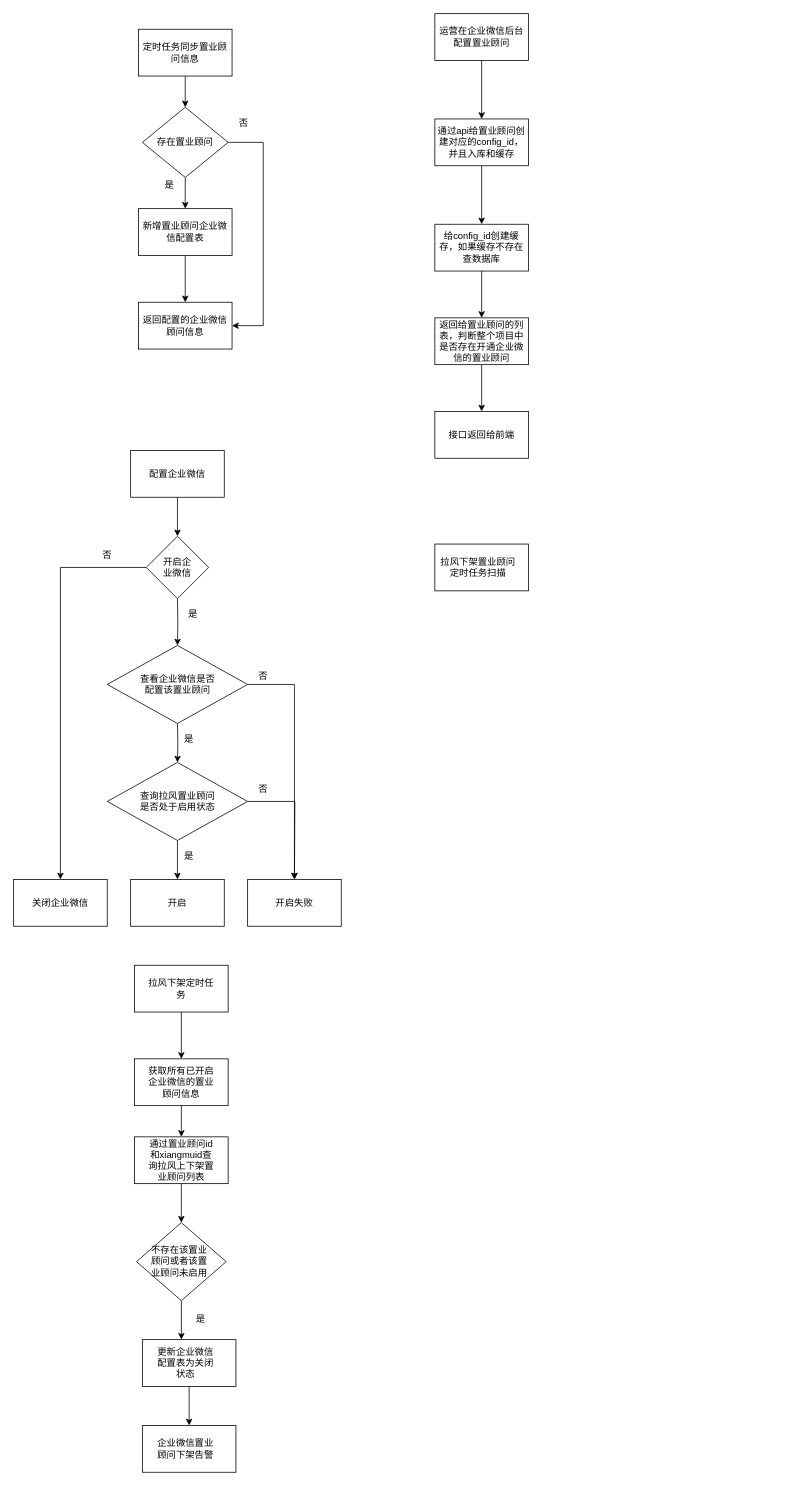
chrispolo/-Offer- keeps this draw.io diagram as wecom.drawio. Above is the earlier version. Source tidied: cells renumbered, new cells numbered last; positions are measured from the earlier drawing's top-left corner, leaving out a move shared by most shapes. Both pictures are drawn from the tidied source at 78%, with x=0, y=0 at pixel (13, 13).
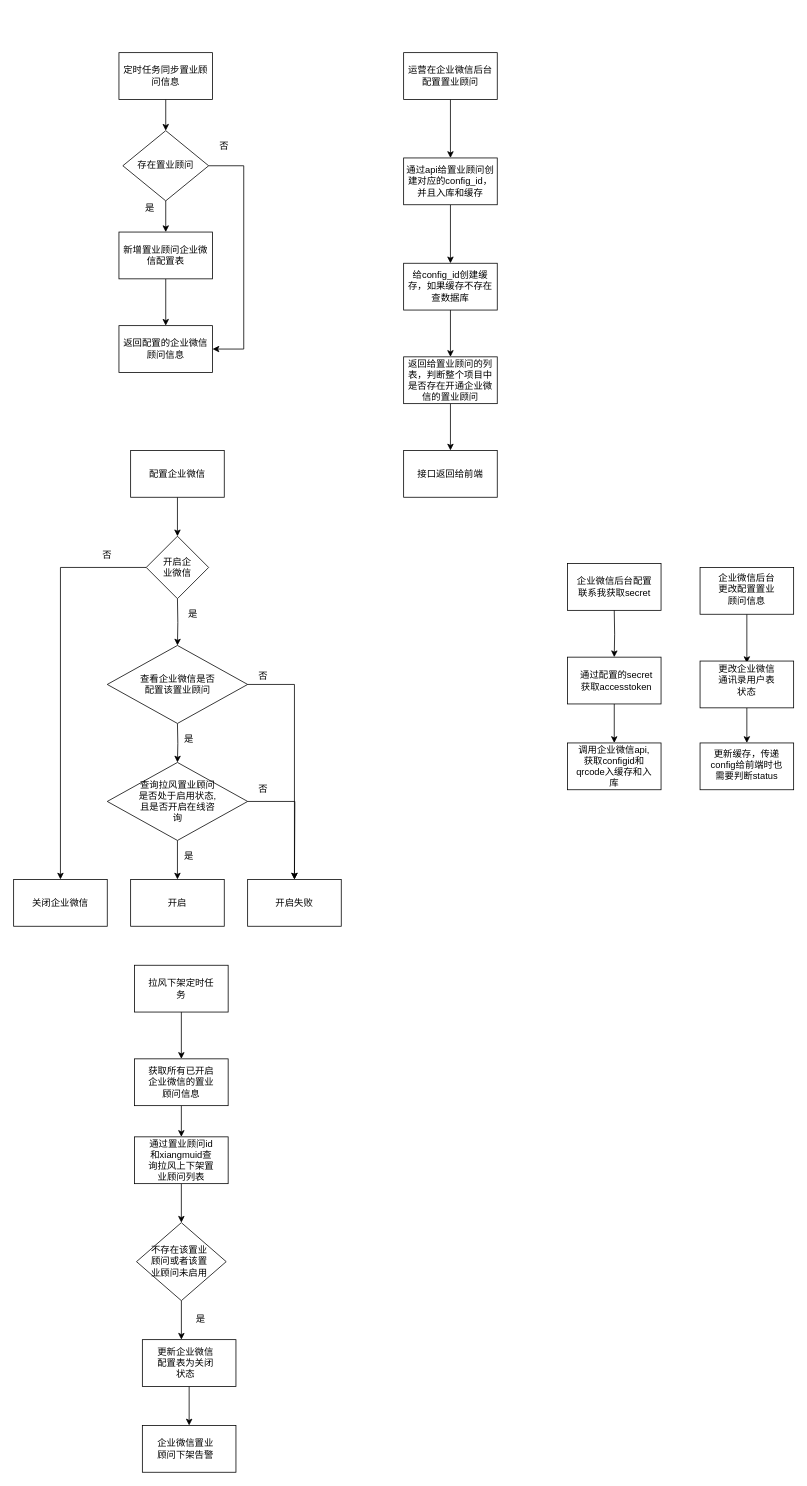
The same page after the edit.

Diff of the diagram source:
```diff
@@
     <mxCell id="3" value="定时任务同步置业顾问信息" style="rounded=0;whiteSpace=wrap;html=1;" parent="1" vertex="1">
-      <mxGeometry x="160" y="20" width="120" height="60" as="geometry" />
+      <mxGeometry x="135" y="50" width="120" height="60" as="geometry" />
     </mxCell>
@@
     <mxCell id="5" style="edgeStyle=orthogonalEdgeStyle;rounded=0;jettySize=auto;html=1;entryX=1;entryY=0.5;entryDx=0;entryDy=0;" parent="1" edge="1" source="6" target="9">
       <mxGeometry relative="1" as="geometry">
         <Array as="points">
-          <mxPoint x="320" y="165" />
-          <mxPoint x="320" y="400" />
+          <mxPoint x="295" y="195" />
+          <mxPoint x="295" y="430" />
         </Array>
       </mxGeometry>
     </mxCell>
     <mxCell id="6" value="存在置业顾问" style="rhombus;whiteSpace=wrap;html=1;" parent="1" vertex="1">
-      <mxGeometry x="165" y="120" width="110" height="90" as="geometry" />
+      <mxGeometry x="140" y="150" width="110" height="90" as="geometry" />
     </mxCell>
@@
     <mxCell id="8" value="新增置业顾问企业微信配置表" style="rounded=0;whiteSpace=wrap;html=1;" parent="1" vertex="1">
-      <mxGeometry x="160" y="250" width="120" height="60" as="geometry" />
+      <mxGeometry x="135" y="280" width="120" height="60" as="geometry" />
     </mxCell>
     <mxCell id="9" value="返回配置的企业微信顾问信息" style="rounded=0;whiteSpace=wrap;html=1;" parent="1" vertex="1">
-      <mxGeometry x="160" y="370" width="120" height="60" as="geometry" />
+      <mxGeometry x="135" y="400" width="120" height="60" as="geometry" />
     </mxCell>
     <mxCell id="10" value="是" style="text;html=1;strokeColor=none;fillColor=none;align=center;verticalAlign=middle;whiteSpace=wrap;rounded=0;" parent="1" vertex="1">
-      <mxGeometry x="180" y="210" width="40" height="20" as="geometry" />
+      <mxGeometry x="155" y="240" width="40" height="20" as="geometry" />
     </mxCell>
     <mxCell id="11" value="否" style="text;html=1;strokeColor=none;fillColor=none;align=center;verticalAlign=middle;whiteSpace=wrap;rounded=0;" parent="1" vertex="1">
-      <mxGeometry x="275" y="130" width="40" height="20" as="geometry" />
+      <mxGeometry x="250" y="160" width="40" height="20" as="geometry" />
     </mxCell>
@@
     <mxCell id="19" style="rounded=0;whiteSpace=wrap;html=1;" parent="1" vertex="1">
-      <mxGeometry x="540" y="680" width="120" height="60" as="geometry" />
+      <mxGeometry x="710" y="705" width="120" height="60" as="geometry" />
     </mxCell>
@@
     <mxCell id="24" value="运营在企业微信后台配置置业顾问" style="rounded=0;whiteSpace=wrap;html=1;" parent="1" vertex="1">
-      <mxGeometry x="540" width="120" height="60" as="geometry" />
+      <mxGeometry x="500" y="50" width="120" height="60" as="geometry" />
     </mxCell>
@@
     <mxCell id="26" value="通过api给置业顾问创建对应的config_id，并且入库和缓存" style="rounded=0;whiteSpace=wrap;html=1;" parent="1" vertex="1">
-      <mxGeometry x="540" y="135" width="120" height="60" as="geometry" />
+      <mxGeometry x="500" y="185" width="120" height="60" as="geometry" />
     </mxCell>
@@
     <mxCell id="28" value="给config_id创建缓存，如果缓存不存在查数据库" style="rounded=0;whiteSpace=wrap;html=1;" parent="1" vertex="1">
-      <mxGeometry x="540" y="270" width="120" height="60" as="geometry" />
+      <mxGeometry x="500" y="320" width="120" height="60" as="geometry" />
     </mxCell>
@@
     <mxCell id="30" value="返回给置业顾问的列表，判断整个项目中是否存在开通企业微信的置业顾问" style="rounded=0;whiteSpace=wrap;html=1;" parent="1" vertex="1">
-      <mxGeometry x="540" y="390" width="120" height="60" as="geometry" />
+      <mxGeometry x="500" y="440" width="120" height="60" as="geometry" />
     </mxCell>
     <mxCell id="31" value="接口返回给前端" style="rounded=0;whiteSpace=wrap;html=1;" parent="1" vertex="1">
-      <mxGeometry x="540" y="510" width="120" height="60" as="geometry" />
+      <mxGeometry x="500" y="560" width="120" height="60" as="geometry" />
     </mxCell>
@@
-    <mxCell id="37" value="查询拉风置业顾问是否处于启用状态" style="text;html=1;strokeColor=none;fillColor=none;align=center;verticalAlign=middle;whiteSpace=wrap;rounded=0;" parent="1" vertex="1">
+    <mxCell id="37" value="查询拉风置业顾问是否处于启用状态,且是否开启在线咨询" style="text;html=1;strokeColor=none;fillColor=none;align=center;verticalAlign=middle;whiteSpace=wrap;rounded=0;" parent="1" vertex="1">
       <mxGeometry x="157.5" y="985" width="105" height="50" as="geometry" />
     </mxCell>
+    <mxCell id="65" style="edgeStyle=orthogonalEdgeStyle;rounded=0;jettySize=auto;html=1;" parent="1" edge="1" target="67">
+      <mxGeometry relative="1" as="geometry">
+        <mxPoint x="770" y="765" as="sourcePoint" />
+      </mxGeometry>
+    </mxCell>
-    <mxCell id="38" value="拉风下架置业顾问定时任务扫描" style="text;html=1;strokeColor=none;fillColor=none;align=center;verticalAlign=middle;whiteSpace=wrap;rounded=0;" parent="1" vertex="1">
-      <mxGeometry x="542.5" y="685" width="105" height="50" as="geometry" />
+    <mxCell id="38" value="企业微信后台配置联系我获取secret" style="text;html=1;strokeColor=none;fillColor=none;align=center;verticalAlign=middle;whiteSpace=wrap;rounded=0;" parent="1" vertex="1">
+      <mxGeometry x="717.5" y="710" width="105" height="50" as="geometry" />
     </mxCell>
@@
+    <mxCell id="66" style="edgeStyle=orthogonalEdgeStyle;rounded=0;jettySize=auto;html=1;entryX=0.5;entryY=0;entryDx=0;entryDy=0;" parent="1" edge="1" source="67" target="69">
+      <mxGeometry relative="1" as="geometry" />
+    </mxCell>
+    <mxCell id="67" style="rounded=0;whiteSpace=wrap;html=1;" parent="1" vertex="1">
+      <mxGeometry x="710" y="825" width="120" height="60" as="geometry" />
+    </mxCell>
+    <mxCell id="68" value="通过配置的secret获取accesstoken" style="text;html=1;strokeColor=none;fillColor=none;align=center;verticalAlign=middle;whiteSpace=wrap;rounded=0;" parent="1" vertex="1">
+      <mxGeometry x="722.5" y="835" width="100" height="40" as="geometry" />
+    </mxCell>
+    <mxCell id="69" style="rounded=0;whiteSpace=wrap;html=1;" parent="1" vertex="1">
+      <mxGeometry x="710" y="935" width="120" height="60" as="geometry" />
+    </mxCell>
+    <mxCell id="70" value="调用企业微信api,获取configid和qrcode入缓存和入库" style="text;html=1;strokeColor=none;fillColor=none;align=center;verticalAlign=middle;whiteSpace=wrap;rounded=0;" parent="1" vertex="1">
+      <mxGeometry x="720" y="945" width="100" height="40" as="geometry" />
+    </mxCell>
+    <mxCell id="71" style="edgeStyle=orthogonalEdgeStyle;rounded=0;jettySize=auto;html=1;entryX=0.5;entryY=0;entryDx=0;entryDy=0;" parent="1" edge="1" source="72" target="76">
+      <mxGeometry relative="1" as="geometry" />
+    </mxCell>
+    <mxCell id="72" style="rounded=0;whiteSpace=wrap;html=1;" parent="1" vertex="1">
+      <mxGeometry x="880" y="710" width="120" height="60" as="geometry" />
+    </mxCell>
+    <mxCell id="73" value="企业微信后台更改配置置业顾问信息" style="text;html=1;strokeColor=none;fillColor=none;align=center;verticalAlign=middle;whiteSpace=wrap;rounded=0;" parent="1" vertex="1">
+      <mxGeometry x="900" y="715" width="80" height="45" as="geometry" />
+    </mxCell>
+    <mxCell id="74" style="edgeStyle=orthogonalEdgeStyle;rounded=0;jettySize=auto;html=1;" parent="1" edge="1" source="75" target="77">
+      <mxGeometry relative="1" as="geometry" />
+    </mxCell>
+    <mxCell id="75" style="rounded=0;whiteSpace=wrap;html=1;" parent="1" vertex="1">
+      <mxGeometry x="880" y="830" width="120" height="60" as="geometry" />
+    </mxCell>
+    <mxCell id="76" value="更改企业微信通讯录用户表状态" style="text;html=1;strokeColor=none;fillColor=none;align=center;verticalAlign=middle;whiteSpace=wrap;rounded=0;" parent="1" vertex="1">
+      <mxGeometry x="900" y="832.5" width="80" height="45" as="geometry" />
+    </mxCell>
+    <mxCell id="77" style="rounded=0;whiteSpace=wrap;html=1;" parent="1" vertex="1">
+      <mxGeometry x="880" y="935" width="120" height="60" as="geometry" />
+    </mxCell>
+    <mxCell id="78" value="更新缓存，传递config给前端时也需要判断status" style="text;html=1;strokeColor=none;fillColor=none;align=center;verticalAlign=middle;whiteSpace=wrap;rounded=0;" parent="1" vertex="1">
+      <mxGeometry x="890" y="940" width="100" height="45" as="geometry" />
+    </mxCell>
```
